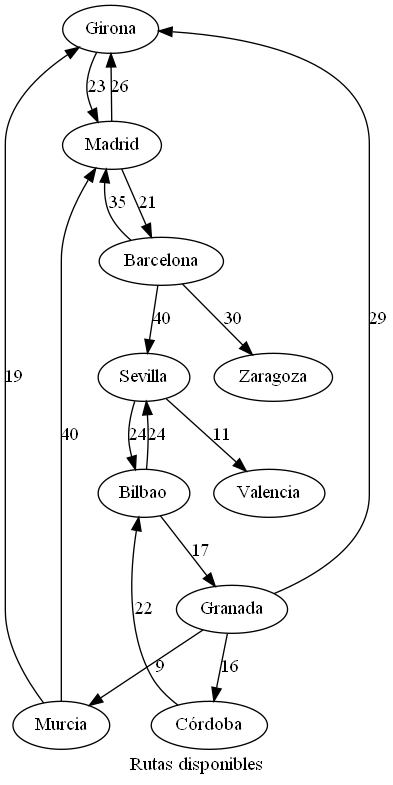
The Graphviz diagram imagenes/RutasDeVuelo.png in MarvinCastellanos/201700490_EDD_Proyecto, before a commit. Its source is kept beside it as dot/RutasDeVuelo.dot. Source of this version:
```dot
digraph GrafoDirigido {
  label="Rutas disponibles";
  Girona -> Madrid [label="23"];
  Madrid -> Barcelona [label="21"];
  Madrid -> Girona [label="26"];
  Barcelona -> Sevilla [label="40"];
  Barcelona -> Zaragoza [label="30"];
  Barcelona -> Madrid [label="35"];
  Sevilla -> Bilbao [label="24"];
  Sevilla -> Valencia [label="11"];
  Bilbao -> Sevilla [label="24"];
  Bilbao -> Granada [label="17"];
  Granada -> Girona [label="29"];
  Granada -> Córdoba [label="16"];
  Granada -> Murcia [label="9"];
  Córdoba -> Bilbao [label="22"];
  Murcia -> Madrid [label="40"];
  Murcia -> Girona [label="19"];
}
```
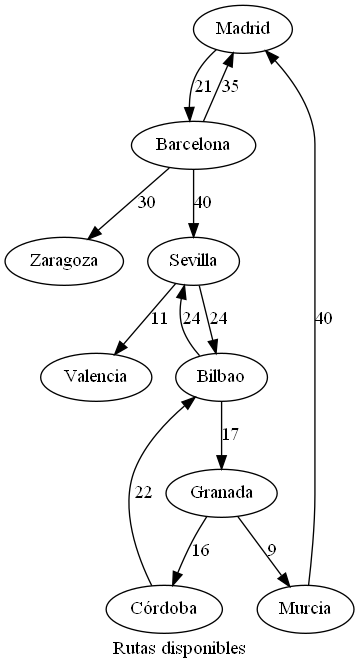
After the change.

What changed in the source:
```diff
@@ -1,8 +1,6 @@
 digraph GrafoDirigido {
   label="Rutas disponibles";
-  Girona -> Madrid [label="23"];
   Madrid -> Barcelona [label="21"];
-  Madrid -> Girona [label="26"];
   Barcelona -> Sevilla [label="40"];
   Barcelona -> Zaragoza [label="30"];
   Barcelona -> Madrid [label="35"];
@@ -10,10 +8,8 @@
   Sevilla -> Valencia [label="11"];
   Bilbao -> Sevilla [label="24"];
   Bilbao -> Granada [label="17"];
-  Granada -> Girona [label="29"];
   Granada -> Córdoba [label="16"];
   Granada -> Murcia [label="9"];
   Córdoba -> Bilbao [label="22"];
   Murcia -> Madrid [label="40"];
-  Murcia -> Girona [label="19"];
 }
```
